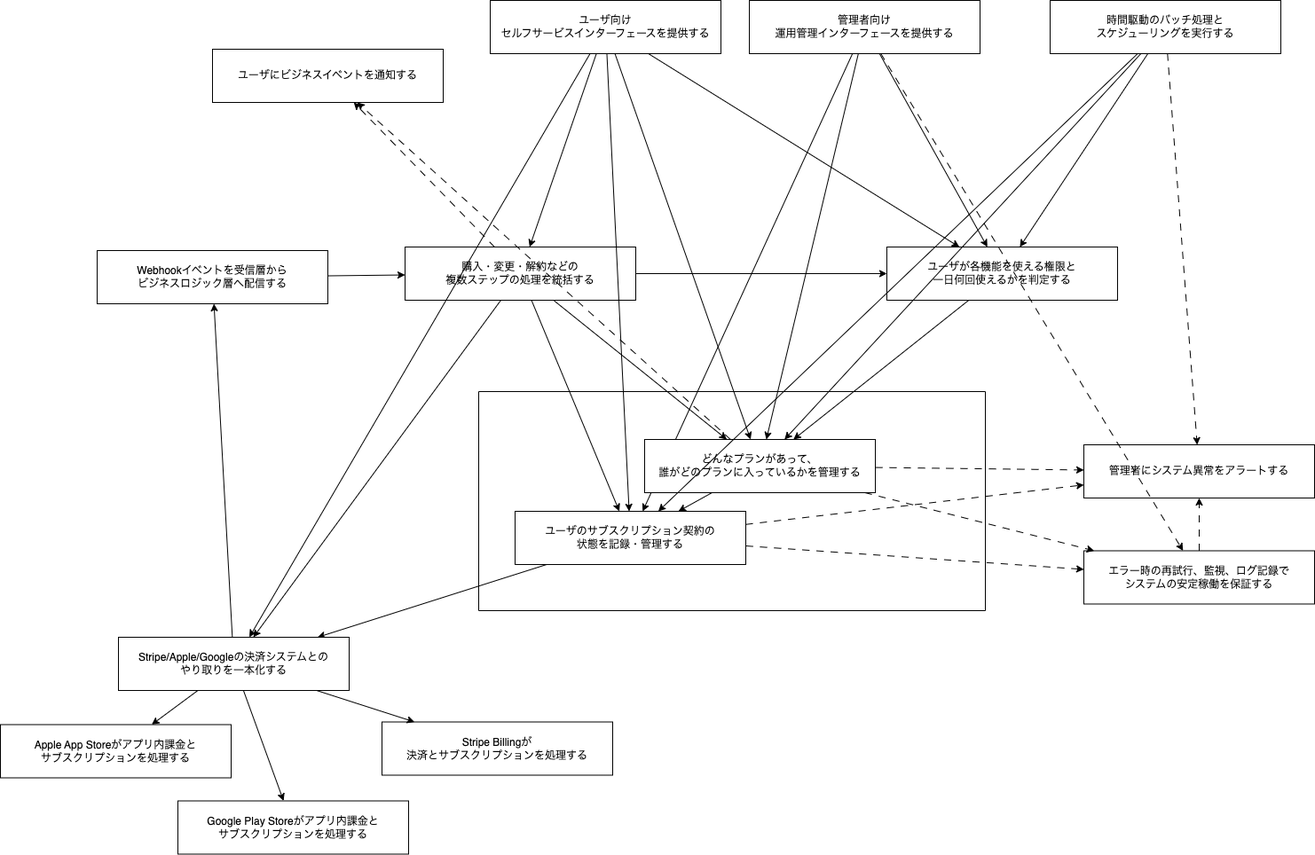
The draw.io diagram docs/課金・プランの仕様/責務の境界分離可視化.drawio.png in fixer-github/generative-ai-use-cases, before a commit. Source tidied: cells renumbered, new cells last; positions are measured from the earlier drawing's top-left corner, leaving out a move shared by most shapes. Source of this version:
```xml
<mxGraphModel>
  <root>
    <mxCell id="0" />
    <mxCell id="1" parent="0" />
    <mxCell id="2" style="rounded=0;jettySize=auto;html=1;" parent="1" edge="1" source="3" target="9">
      <mxGeometry relative="1" as="geometry" />
    </mxCell>
    <mxCell id="3" value="Webhookイベントを受信層から&lt;div&gt;ビジネスロジック層へ配信する&lt;/div&gt;" style="rounded=0;whiteSpace=wrap;html=1;" parent="1" vertex="1">
      <mxGeometry x="109" y="282" width="260" height="60" as="geometry" />
    </mxCell>
    <mxCell id="4" style="rounded=0;jettySize=auto;html=1;fontFamily=Helvetica;fontSize=12;fontColor=default;" parent="1" edge="1" source="9" target="19">
      <mxGeometry relative="1" as="geometry" />
    </mxCell>
    <mxCell id="5" style="rounded=0;jettySize=auto;html=1;fontFamily=Helvetica;fontSize=12;fontColor=default;" parent="1" edge="1" source="9" target="33">
      <mxGeometry relative="1" as="geometry" />
    </mxCell>
    <mxCell id="6" style="rounded=0;jettySize=auto;html=1;fontFamily=Helvetica;fontSize=12;fontColor=default;" parent="1" edge="1" source="9" target="34">
      <mxGeometry relative="1" as="geometry" />
    </mxCell>
    <mxCell id="7" style="rounded=0;jettySize=auto;html=1;fontFamily=Helvetica;fontSize=12;fontColor=default;" parent="1" edge="1" source="9" target="22">
      <mxGeometry relative="1" as="geometry" />
    </mxCell>
    <mxCell id="8" style="rounded=0;jettySize=auto;html=1;fontFamily=Helvetica;fontSize=12;fontColor=default;dashed=1;dashPattern=8 8;" parent="1" edge="1" source="9" target="23">
      <mxGeometry relative="1" as="geometry" />
    </mxCell>
    <mxCell id="9" value="購入・変更・解約などの&lt;div&gt;複数ステップの処理を統括する&lt;/div&gt;" style="rounded=0;whiteSpace=wrap;html=1;" parent="1" vertex="1">
      <mxGeometry x="456" y="278" width="260" height="60" as="geometry" />
    </mxCell>
    <mxCell id="10" style="rounded=0;jettySize=auto;html=1;fontFamily=Helvetica;fontSize=12;fontColor=default;" parent="1" edge="1" source="33" target="19">
      <mxGeometry relative="1" as="geometry" />
    </mxCell>
    <mxCell id="11" style="rounded=0;jettySize=auto;html=1;fontFamily=Helvetica;fontSize=12;fontColor=default;dashed=1;dashPattern=8 8;" parent="1" edge="1" source="33" target="24">
      <mxGeometry relative="1" as="geometry" />
    </mxCell>
    <mxCell id="12" value="Stripe Billingが&lt;div&gt;決済と&lt;span style=&quot;background-color: transparent; color: light-dark(rgb(0, 0, 0), rgb(255, 255, 255));&quot;&gt;サブスクリプションを処理する&lt;/span&gt;&lt;/div&gt;" style="rounded=0;whiteSpace=wrap;html=1;" parent="1" vertex="1">
      <mxGeometry x="430" y="813.5" width="260" height="60" as="geometry" />
    </mxCell>
    <mxCell id="13" value="Apple App Storeがアプリ内課金と&lt;div&gt;サブスクリプションを処理する&lt;/div&gt;" style="rounded=0;whiteSpace=wrap;html=1;" parent="1" vertex="1">
      <mxGeometry y="816.5" width="260" height="60" as="geometry" />
    </mxCell>
    <mxCell id="14" value="Google Play Storeがアプリ内課金と&lt;div&gt;サブスクリプションを処理する&lt;/div&gt;" style="rounded=0;whiteSpace=wrap;html=1;" parent="1" vertex="1">
      <mxGeometry x="200" y="902.5" width="260" height="60" as="geometry" />
    </mxCell>
    <mxCell id="15" style="rounded=0;jettySize=auto;html=1;fontFamily=Helvetica;fontSize=12;fontColor=default;" parent="1" edge="1" source="19" target="14">
      <mxGeometry relative="1" as="geometry" />
    </mxCell>
    <mxCell id="16" style="rounded=0;jettySize=auto;html=1;fontFamily=Helvetica;fontSize=12;fontColor=default;" parent="1" edge="1" source="19" target="13">
      <mxGeometry relative="1" as="geometry" />
    </mxCell>
    <mxCell id="17" style="rounded=0;jettySize=auto;html=1;fontFamily=Helvetica;fontSize=12;fontColor=default;" parent="1" edge="1" source="19" target="12">
      <mxGeometry relative="1" as="geometry" />
    </mxCell>
    <mxCell id="18" style="rounded=0;jettySize=auto;html=1;fontFamily=Helvetica;fontSize=12;fontColor=default;" parent="1" edge="1" source="19" target="3">
      <mxGeometry relative="1" as="geometry" />
    </mxCell>
    <mxCell id="19" value="Stripe/Apple/Googleの決済システムとの&lt;div&gt;やり取りを一本化する&lt;/div&gt;" style="rounded=0;whiteSpace=wrap;html=1;" parent="1" vertex="1">
      <mxGeometry x="133" y="718" width="260" height="60" as="geometry" />
    </mxCell>
    <mxCell id="20" style="rounded=0;jettySize=auto;html=1;fontFamily=Helvetica;fontSize=12;fontColor=default;dashed=1;dashPattern=8 8;" parent="1" edge="1" source="34" target="23">
      <mxGeometry relative="1" as="geometry" />
    </mxCell>
    <mxCell id="21" style="rounded=0;jettySize=auto;html=1;fontFamily=Helvetica;fontSize=12;fontColor=default;" parent="1" edge="1" source="22" target="34">
      <mxGeometry relative="1" as="geometry" />
    </mxCell>
    <mxCell id="22" value="ユーザが各機能を使える権限と&lt;div&gt;一日何回使えるかを判定する&lt;/div&gt;" style="rounded=0;whiteSpace=wrap;html=1;" parent="1" vertex="1">
      <mxGeometry x="999" y="278" width="260" height="60" as="geometry" />
    </mxCell>
    <mxCell id="23" value="ユーザにビジネスイベントを通知する" style="rounded=0;whiteSpace=wrap;html=1;" parent="1" vertex="1">
      <mxGeometry x="239" y="55" width="260" height="60" as="geometry" />
    </mxCell>
    <mxCell id="24" value="管理者にシステム異常をアラートする" style="rounded=0;whiteSpace=wrap;html=1;" parent="1" vertex="1">
      <mxGeometry x="1221" y="501" width="260" height="60" as="geometry" />
    </mxCell>
    <mxCell id="25" style="edgeStyle=none;html=1;" parent="1" edge="1" source="29" target="34">
      <mxGeometry relative="1" as="geometry" />
    </mxCell>
    <mxCell id="26" style="edgeStyle=none;html=1;" parent="1" edge="1" source="29" target="33">
      <mxGeometry relative="1" as="geometry" />
    </mxCell>
    <mxCell id="27" style="edgeStyle=none;html=1;" parent="1" edge="1" source="29" target="22">
      <mxGeometry relative="1" as="geometry" />
    </mxCell>
    <mxCell id="28" style="edgeStyle=none;html=1;dashed=1;dashPattern=8 8;" parent="1" edge="1" source="29" target="31">
      <mxGeometry relative="1" as="geometry" />
    </mxCell>
    <mxCell id="29" value="管理者向け&lt;div&gt;運用管理インターフェースを提供する&lt;/div&gt;" style="rounded=0;whiteSpace=wrap;html=1;" parent="1" vertex="1">
      <mxGeometry x="844" width="260" height="60" as="geometry" />
    </mxCell>
    <mxCell id="30" style="rounded=0;jettySize=auto;html=1;fontFamily=Helvetica;fontSize=12;fontColor=default;dashed=1;dashPattern=8 8;" parent="1" edge="1" source="31" target="24">
      <mxGeometry relative="1" as="geometry" />
    </mxCell>
    <mxCell id="31" value="エラー時の再試行、監視、ログ記録で&lt;div&gt;システムの安定稼働を保証する&lt;/div&gt;" style="rounded=0;whiteSpace=wrap;html=1;" parent="1" vertex="1">
      <mxGeometry x="1221" y="620.5" width="260" height="60" as="geometry" />
    </mxCell>
    <mxCell id="32" style="swimlane;startSize=0;" parent="1" vertex="1">
      <mxGeometry x="539" y="441" width="571" height="247" as="geometry" />
    </mxCell>
    <mxCell id="33" value="ユーザのサブスクリプション契約の&lt;div&gt;状態を記録・管理する&lt;/div&gt;" style="rounded=0;whiteSpace=wrap;html=1;" parent="32" vertex="1">
      <mxGeometry x="41" y="135" width="260" height="60" as="geometry" />
    </mxCell>
    <mxCell id="34" value="どんなプランがあって、&lt;div&gt;誰がどのプランに入っているかを管理する&lt;/div&gt;" style="rounded=0;whiteSpace=wrap;html=1;" parent="32" vertex="1">
      <mxGeometry x="187" y="54" width="260" height="60" as="geometry" />
    </mxCell>
    <mxCell id="35" style="rounded=0;jettySize=auto;html=1;fontFamily=Helvetica;fontSize=12;fontColor=default;" parent="32" edge="1" source="34" target="33">
      <mxGeometry relative="1" as="geometry" />
    </mxCell>
    <mxCell id="36" style="edgeStyle=none;html=1;" parent="1" edge="1" source="40" target="33">
      <mxGeometry relative="1" as="geometry" />
    </mxCell>
    <mxCell id="37" style="edgeStyle=none;html=1;" parent="1" edge="1" source="40" target="34">
      <mxGeometry relative="1" as="geometry" />
    </mxCell>
    <mxCell id="38" style="edgeStyle=none;html=1;" parent="1" edge="1" source="40" target="22">
      <mxGeometry relative="1" as="geometry" />
    </mxCell>
    <mxCell id="39" style="edgeStyle=none;html=1;dashed=1;dashPattern=8 8;" parent="1" edge="1" source="40" target="24">
      <mxGeometry relative="1" as="geometry" />
    </mxCell>
    <mxCell id="40" value="時間駆動のバッチ処理と&lt;div&gt;スケジューリングを実行する&lt;/div&gt;" style="rounded=0;whiteSpace=wrap;html=1;" parent="1" vertex="1">
      <mxGeometry x="1183" width="260" height="60" as="geometry" />
    </mxCell>
    <mxCell id="41" style="edgeStyle=none;html=1;dashed=1;dashPattern=8 8;" parent="1" edge="1" source="33" target="31">
      <mxGeometry relative="1" as="geometry" />
    </mxCell>
    <mxCell id="42" style="edgeStyle=none;html=1;dashed=1;dashPattern=8 8;" parent="1" edge="1" source="34" target="31">
      <mxGeometry relative="1" as="geometry" />
    </mxCell>
    <mxCell id="43" style="edgeStyle=none;html=1;dashed=1;dashPattern=8 8;" parent="1" edge="1" source="34" target="24">
      <mxGeometry relative="1" as="geometry" />
    </mxCell>
    <mxCell id="44" style="edgeStyle=none;html=1;" parent="1" edge="1" source="49" target="34">
      <mxGeometry relative="1" as="geometry" />
    </mxCell>
    <mxCell id="45" style="edgeStyle=none;html=1;" parent="1" edge="1" source="49" target="33">
      <mxGeometry relative="1" as="geometry" />
    </mxCell>
    <mxCell id="46" style="edgeStyle=none;html=1;" parent="1" edge="1" source="49" target="22">
      <mxGeometry relative="1" as="geometry" />
    </mxCell>
    <mxCell id="47" style="edgeStyle=none;html=1;" parent="1" edge="1" source="49" target="9">
      <mxGeometry relative="1" as="geometry" />
    </mxCell>
    <mxCell id="48" style="edgeStyle=none;html=1;" parent="1" edge="1" source="49" target="19">
      <mxGeometry relative="1" as="geometry" />
    </mxCell>
    <mxCell id="49" value="ユーザ向け&lt;div&gt;セルフサービスインターフェースを提供する&lt;/div&gt;" style="rounded=0;whiteSpace=wrap;html=1;" parent="1" vertex="1">
      <mxGeometry x="552" width="260" height="60" as="geometry" />
    </mxCell>
  </root>
</mxGraphModel>
```
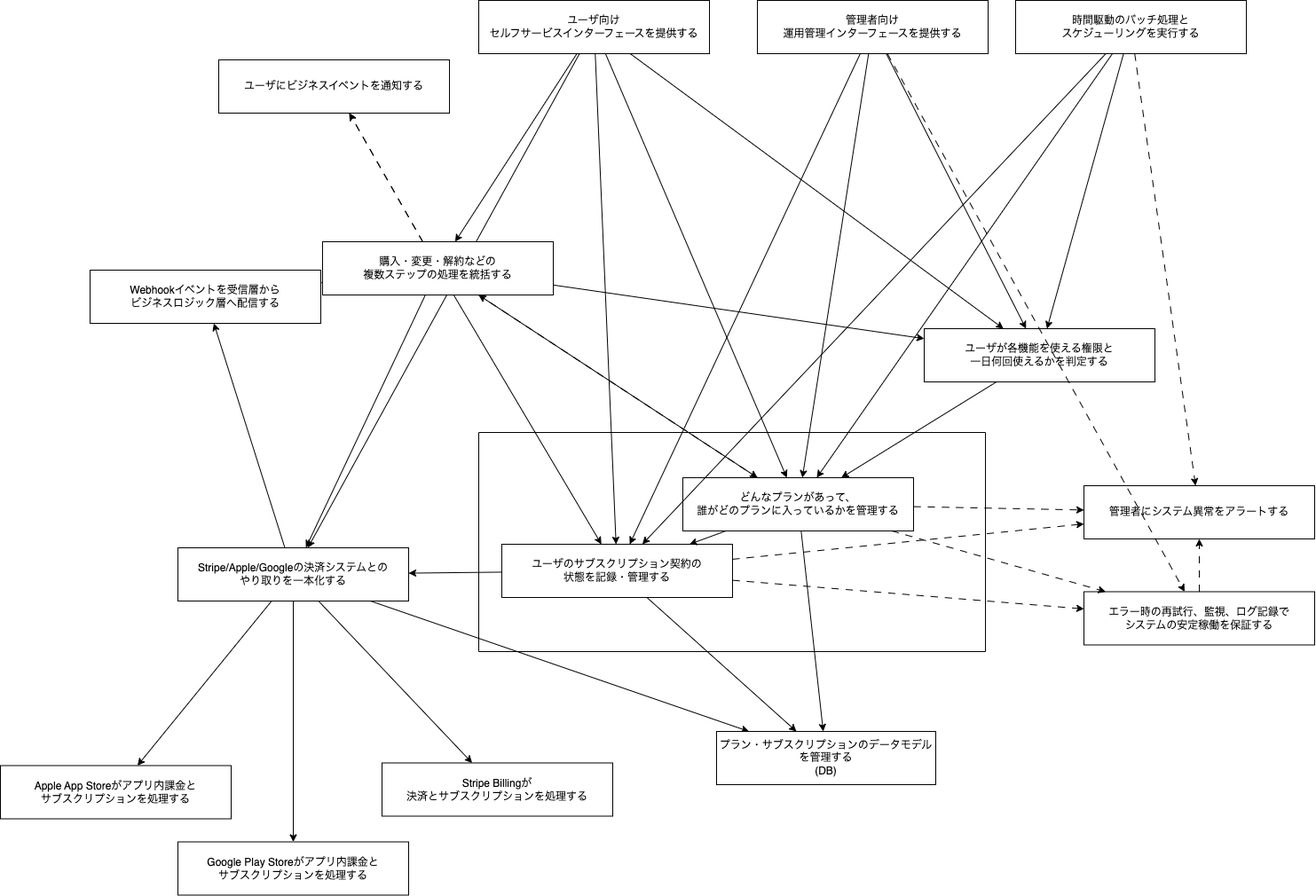
After the commit.

Change to the diagram source:
```diff
@@ -6,7 +6,7 @@
       <mxGeometry relative="1" as="geometry" />
     </mxCell>
     <mxCell id="3" value="Webhookイベントを受信層から&lt;div&gt;ビジネスロジック層へ配信する&lt;/div&gt;" style="rounded=0;whiteSpace=wrap;html=1;" parent="1" vertex="1">
-      <mxGeometry x="109" y="282" width="260" height="60" as="geometry" />
+      <mxGeometry x="101" y="258" width="260" height="60" as="geometry" />
     </mxCell>
     <mxCell id="4" style="rounded=0;jettySize=auto;html=1;fontFamily=Helvetica;fontSize=12;fontColor=default;" parent="1" edge="1" source="9" target="19">
       <mxGeometry relative="1" as="geometry" />
@@ -23,9 +23,6 @@
     <mxCell id="8" style="rounded=0;jettySize=auto;html=1;fontFamily=Helvetica;fontSize=12;fontColor=default;dashed=1;dashPattern=8 8;" parent="1" edge="1" source="9" target="23">
       <mxGeometry relative="1" as="geometry" />
     </mxCell>
-    <mxCell id="9" value="購入・変更・解約などの&lt;div&gt;複数ステップの処理を統括する&lt;/div&gt;" style="rounded=0;whiteSpace=wrap;html=1;" parent="1" vertex="1">
-      <mxGeometry x="456" y="278" width="260" height="60" as="geometry" />
-    </mxCell>
     <mxCell id="10" style="rounded=0;jettySize=auto;html=1;fontFamily=Helvetica;fontSize=12;fontColor=default;" parent="1" edge="1" source="33" target="19">
       <mxGeometry relative="1" as="geometry" />
     </mxCell>
@@ -53,20 +50,23 @@
     <mxCell id="18" style="rounded=0;jettySize=auto;html=1;fontFamily=Helvetica;fontSize=12;fontColor=default;" parent="1" edge="1" source="19" target="3">
       <mxGeometry relative="1" as="geometry" />
     </mxCell>
+    <mxCell id="50" style="edgeStyle=none;html=1;" parent="1" edge="1" source="19" target="51">
+      <mxGeometry relative="1" as="geometry" />
+    </mxCell>
     <mxCell id="19" value="Stripe/Apple/Googleの決済システムとの&lt;div&gt;やり取りを一本化する&lt;/div&gt;" style="rounded=0;whiteSpace=wrap;html=1;" parent="1" vertex="1">
-      <mxGeometry x="133" y="718" width="260" height="60" as="geometry" />
+      <mxGeometry x="200" y="571" width="260" height="60" as="geometry" />
     </mxCell>
-    <mxCell id="20" style="rounded=0;jettySize=auto;html=1;fontFamily=Helvetica;fontSize=12;fontColor=default;dashed=1;dashPattern=8 8;" parent="1" edge="1" source="34" target="23">
+    <mxCell id="20" style="rounded=0;jettySize=auto;html=1;fontFamily=Helvetica;fontSize=12;fontColor=default;dashed=1;dashPattern=8 8;" parent="1" edge="1" source="9" target="23">
       <mxGeometry relative="1" as="geometry" />
     </mxCell>
     <mxCell id="21" style="rounded=0;jettySize=auto;html=1;fontFamily=Helvetica;fontSize=12;fontColor=default;" parent="1" edge="1" source="22" target="34">
       <mxGeometry relative="1" as="geometry" />
     </mxCell>
     <mxCell id="22" value="ユーザが各機能を使える権限と&lt;div&gt;一日何回使えるかを判定する&lt;/div&gt;" style="rounded=0;whiteSpace=wrap;html=1;" parent="1" vertex="1">
-      <mxGeometry x="999" y="278" width="260" height="60" as="geometry" />
+      <mxGeometry x="1041" y="324" width="260" height="60" as="geometry" />
     </mxCell>
     <mxCell id="23" value="ユーザにビジネスイベントを通知する" style="rounded=0;whiteSpace=wrap;html=1;" parent="1" vertex="1">
-      <mxGeometry x="239" y="55" width="260" height="60" as="geometry" />
+      <mxGeometry x="246" y="21" width="260" height="60" as="geometry" />
     </mxCell>
     <mxCell id="24" value="管理者にシステム異常をアラートする" style="rounded=0;whiteSpace=wrap;html=1;" parent="1" vertex="1">
       <mxGeometry x="1221" y="501" width="260" height="60" as="geometry" />
@@ -84,7 +84,7 @@
       <mxGeometry relative="1" as="geometry" />
     </mxCell>
     <mxCell id="29" value="管理者向け&lt;div&gt;運用管理インターフェースを提供する&lt;/div&gt;" style="rounded=0;whiteSpace=wrap;html=1;" parent="1" vertex="1">
-      <mxGeometry x="844" width="260" height="60" as="geometry" />
+      <mxGeometry x="853" y="-46" width="260" height="60" as="geometry" />
     </mxCell>
     <mxCell id="30" style="rounded=0;jettySize=auto;html=1;fontFamily=Helvetica;fontSize=12;fontColor=default;dashed=1;dashPattern=8 8;" parent="1" edge="1" source="31" target="24">
       <mxGeometry relative="1" as="geometry" />
@@ -96,10 +96,10 @@
       <mxGeometry x="539" y="441" width="571" height="247" as="geometry" />
     </mxCell>
     <mxCell id="33" value="ユーザのサブスクリプション契約の&lt;div&gt;状態を記録・管理する&lt;/div&gt;" style="rounded=0;whiteSpace=wrap;html=1;" parent="32" vertex="1">
-      <mxGeometry x="41" y="135" width="260" height="60" as="geometry" />
+      <mxGeometry x="26" y="126" width="260" height="60" as="geometry" />
     </mxCell>
     <mxCell id="34" value="どんなプランがあって、&lt;div&gt;誰がどのプランに入っているかを管理する&lt;/div&gt;" style="rounded=0;whiteSpace=wrap;html=1;" parent="32" vertex="1">
-      <mxGeometry x="187" y="54" width="260" height="60" as="geometry" />
+      <mxGeometry x="230" y="51" width="260" height="60" as="geometry" />
     </mxCell>
     <mxCell id="35" style="rounded=0;jettySize=auto;html=1;fontFamily=Helvetica;fontSize=12;fontColor=default;" parent="32" edge="1" source="34" target="33">
       <mxGeometry relative="1" as="geometry" />
@@ -117,7 +117,7 @@
       <mxGeometry relative="1" as="geometry" />
     </mxCell>
     <mxCell id="40" value="時間駆動のバッチ処理と&lt;div&gt;スケジューリングを実行する&lt;/div&gt;" style="rounded=0;whiteSpace=wrap;html=1;" parent="1" vertex="1">
-      <mxGeometry x="1183" width="260" height="60" as="geometry" />
+      <mxGeometry x="1144" y="-46" width="260" height="60" as="geometry" />
     </mxCell>
     <mxCell id="41" style="edgeStyle=none;html=1;dashed=1;dashPattern=8 8;" parent="1" edge="1" source="33" target="31">
       <mxGeometry relative="1" as="geometry" />
@@ -144,7 +144,22 @@
       <mxGeometry relative="1" as="geometry" />
     </mxCell>
     <mxCell id="49" value="ユーザ向け&lt;div&gt;セルフサービスインターフェースを提供する&lt;/div&gt;" style="rounded=0;whiteSpace=wrap;html=1;" parent="1" vertex="1">
-      <mxGeometry x="552" width="260" height="60" as="geometry" />
+      <mxGeometry x="539" y="-46" width="260" height="60" as="geometry" />
     </mxCell>
+    <mxCell id="51" value="プラン・サブスクリプションのデータモデルを管理する&lt;div&gt;(DB)&lt;/div&gt;" style="whiteSpace=wrap;html=1;" parent="1" vertex="1">
+      <mxGeometry x="807" y="778" width="247" height="60" as="geometry" />
+    </mxCell>
+    <mxCell id="52" style="edgeStyle=none;html=1;" parent="1" edge="1" source="34" target="51">
+      <mxGeometry relative="1" as="geometry" />
+    </mxCell>
+    <mxCell id="53" style="edgeStyle=none;html=1;" parent="1" edge="1" source="33" target="51">
+      <mxGeometry relative="1" as="geometry" />
+    </mxCell>
+    <mxCell id="54" style="rounded=0;jettySize=auto;html=1;fontFamily=Helvetica;fontSize=12;fontColor=default;dashed=1;dashPattern=8 8;" parent="1" edge="1" source="34" target="9">
+      <mxGeometry relative="1" as="geometry" />
+    </mxCell>
+    <mxCell id="9" value="購入・変更・解約などの&lt;div&gt;複数ステップの処理を統括する&lt;/div&gt;" style="rounded=0;whiteSpace=wrap;html=1;" parent="1" vertex="1">
+      <mxGeometry x="363" y="226" width="260" height="60" as="geometry" />
+    </mxCell>
   </root>
 </mxGraphModel>
```
